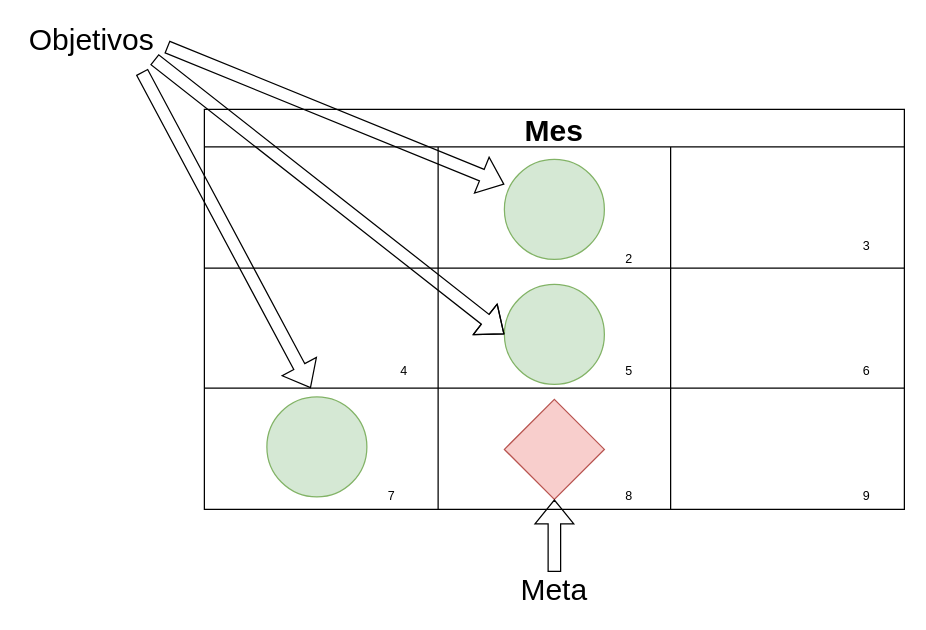
This is book/en/res/calendario.drawio from SebastianRValdivia/WritingTheTabulaRasa, a draw.io file, before an edit. Source tidied: cells renumbered, new cells numbered last; positions are measured from the earlier drawing's top-left corner, leaving out a move shared by most shapes. Both pictures are drawn from the tidied source at 125%, with x=0, y=0 at pixel (54, 21).
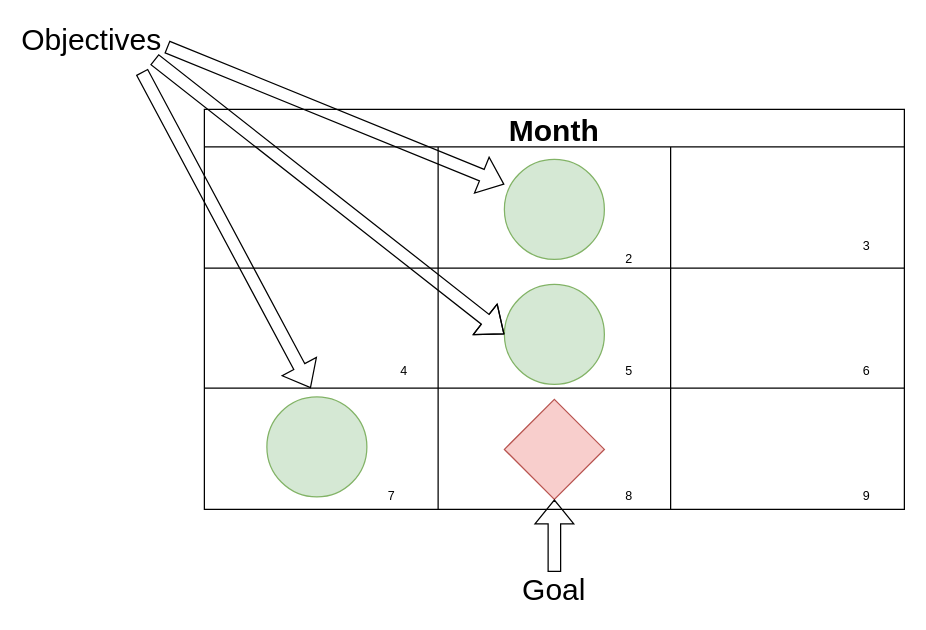
The same diagram, later.

Diff of the diagram source:
```diff
@@
-    <mxCell id="2" value="Mes" style="shape=table;startSize=30;childLayout=tableLayout;fontStyle=1;align=center;fontSize=24;" parent="1" vertex="1">
+    <mxCell id="2" value="Month" style="shape=table;startSize=30;childLayout=tableLayout;fontStyle=1;align=center;fontSize=24;" parent="1" vertex="1">
       <mxGeometry x="120" y="70" width="560" height="320" as="geometry" />
     </mxCell>
@@
-    <mxCell id="22" value="Objetivos" style="text;html=1;strokeColor=none;fillColor=none;align=center;verticalAlign=middle;whiteSpace=wrap;rounded=0;fontSize=24;" parent="1" vertex="1">
+    <mxCell id="22" value="Objectives" style="text;html=1;strokeColor=none;fillColor=none;align=center;verticalAlign=middle;whiteSpace=wrap;rounded=0;fontSize=24;" parent="1" vertex="1">
       <mxGeometry width="60" height="30" as="geometry" />
     </mxCell>
@@
-    <mxCell id="24" value="Meta" style="text;html=1;strokeColor=none;fillColor=none;align=center;verticalAlign=middle;whiteSpace=wrap;rounded=0;fontSize=24;" parent="1" vertex="1">
+    <mxCell id="24" value="Goal" style="text;html=1;strokeColor=none;fillColor=none;align=center;verticalAlign=middle;whiteSpace=wrap;rounded=0;fontSize=24;" parent="1" vertex="1">
       <mxGeometry x="370" y="440" width="60" height="30" as="geometry" />
     </mxCell>
```
